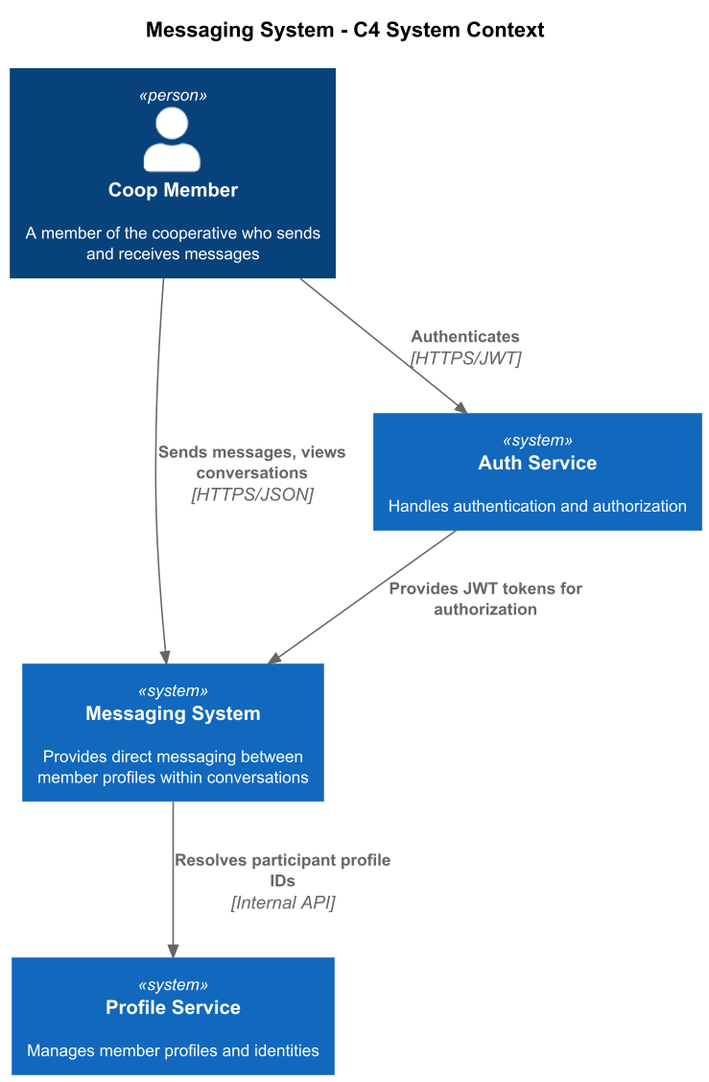
Above: docs/detailed-designs/07-messaging-system/c4-context.png in QuinntyneBrown/Coop (PlantUML), before the change.
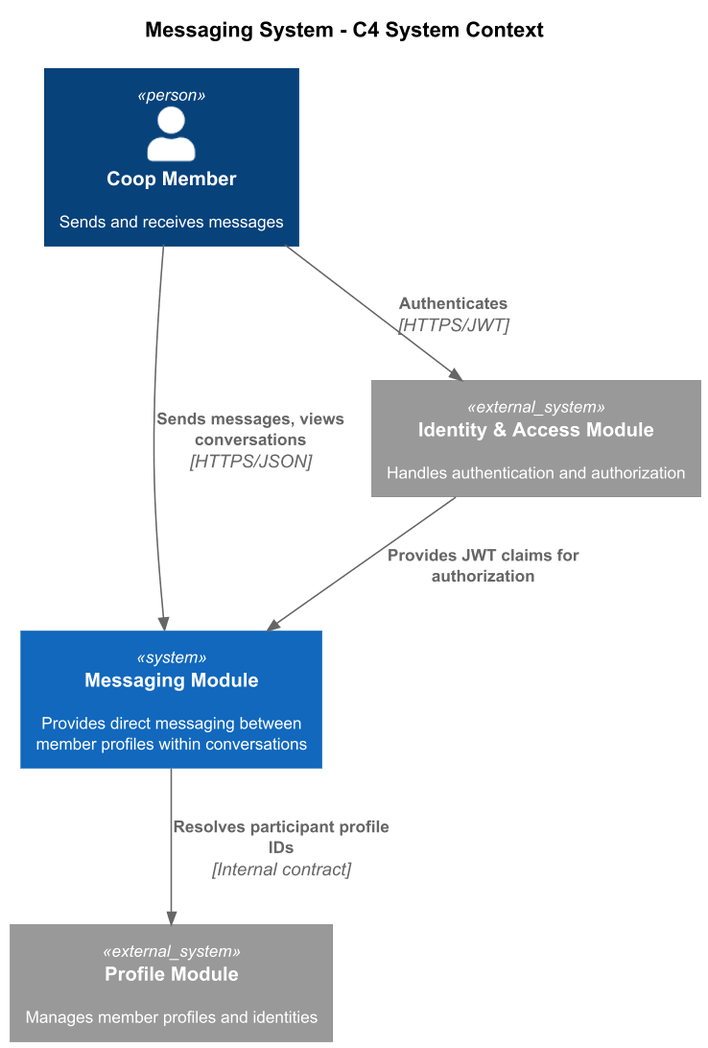
After the change.

Change to the diagram source:
```diff
@@ -6,15 +6,15 @@
 
 title Messaging System - C4 System Context
 
-Person(member, "Coop Member", "A member of the cooperative who sends and receives messages")
+Person(member, "Coop Member", "Sends and receives messages")
 
-System(messaging, "Messaging System", "Provides direct messaging between member profiles within conversations")
-System(profile, "Profile Service", "Manages member profiles and identities")
-System(auth, "Auth Service", "Handles authentication and authorization")
+System(messaging, "Messaging Module", "Provides direct messaging between member profiles within conversations")
+System_Ext(profile, "Profile Module", "Manages member profiles and identities")
+System_Ext(auth, "Identity & Access Module", "Handles authentication and authorization")
 
 Rel(member, messaging, "Sends messages, views conversations", "HTTPS/JSON")
-Rel(messaging, profile, "Resolves participant profile IDs", "Internal API")
+Rel(messaging, profile, "Resolves participant profile IDs", "Internal contract")
 Rel(member, auth, "Authenticates", "HTTPS/JWT")
-Rel(auth, messaging, "Provides JWT tokens for authorization")
+Rel(auth, messaging, "Provides JWT claims for authorization")
 
 @enduml
```
